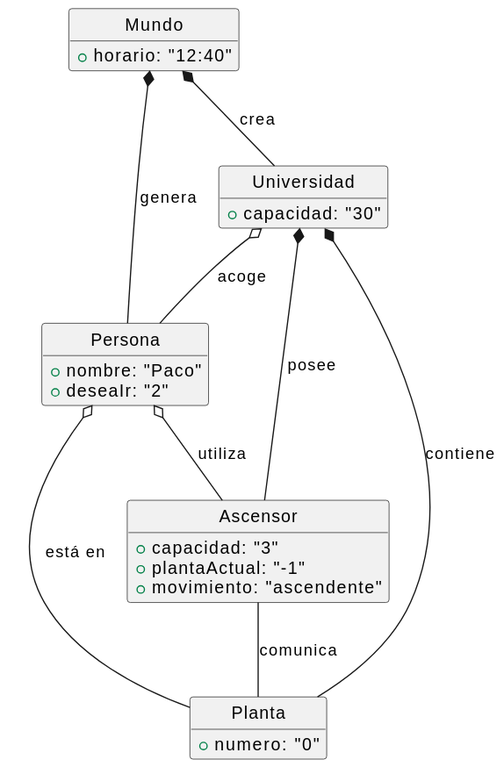
The PlantUML diagram images/MdD/DdO/DdO.svg in mmasias/24-25-IdSw2-SDD, before a commit.
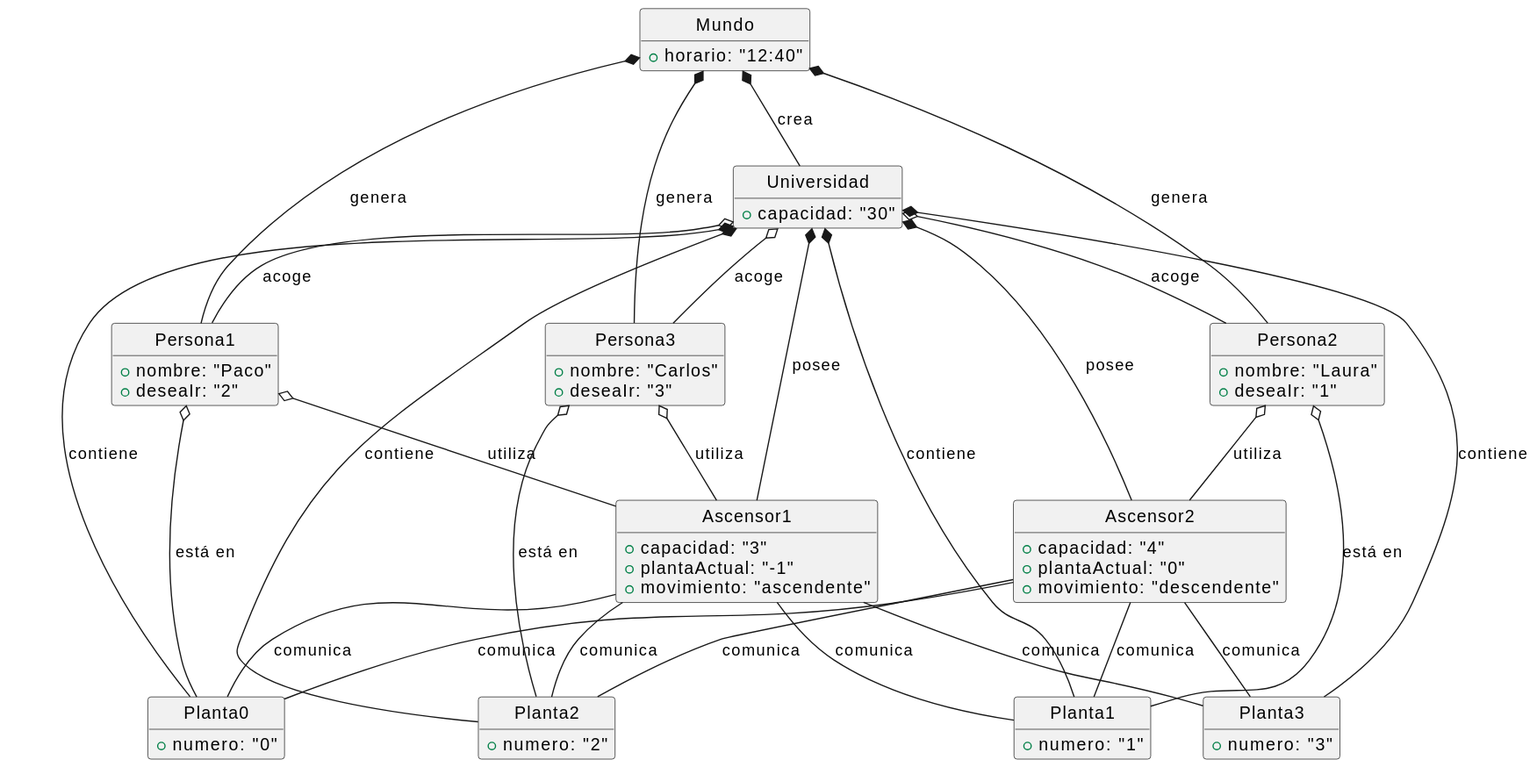
The same file after the commit.

The edit, as a diff of the source:
```diff
@@ -3,36 +3,86 @@
 hide empty members
 
 class Mundo {
-+ horario: "12:40"
+    + horario: "12:40"
 }
 
 class Universidad {
     + capacidad: "30"
 }
 
-class Persona {
+class Persona1 {
     + nombre: "Paco"
     + deseaIr: "2"
 }
 
-class Ascensor {
+class Persona2 {
+    + nombre: "Laura"
+    + deseaIr: "1"
+}
+
+class Persona3 {
+    + nombre: "Carlos"
+    + deseaIr: "3"
+}
+
+class Ascensor1 {
     + capacidad: "3"
     + plantaActual: "-1"
     + movimiento: "ascendente"
 }
 
-class Planta {
+class Ascensor2 {
+    + capacidad: "4"
+    + plantaActual: "0"
+    + movimiento: "descendente"
+}
+
+class Planta0 {
     + numero: "0"
 }
 
-Mundo *-- Persona : genera
+class Planta1 {
+    + numero: "1"
+}
+
+class Planta2 {
+    + numero: "2"
+}
+
+class Planta3 {
+    + numero: "3"
+}
+
+Mundo *-- Persona1 : genera
+Mundo *-- Persona2 : genera
+Mundo *-- Persona3 : genera
 Mundo *-- Universidad : crea
 
-Universidad *-- Planta : contiene
-Universidad o-- Persona : acoge
-Universidad *-- Ascensor : posee
+Universidad *-- Planta0 : contiene
+Universidad *-- Planta1 : contiene
+Universidad *-- Planta2 : contiene
+Universidad *-- Planta3 : contiene
+Universidad o-- Persona1 : acoge
+Universidad o-- Persona2 : acoge
+Universidad o-- Persona3 : acoge
+Universidad *-- Ascensor1 : posee
+Universidad *-- Ascensor2 : posee
 
-Persona o-- Ascensor : utiliza
-Ascensor -- Planta : comunica
-Persona o-- Planta : está en
+Persona1 o-- Ascensor1 : utiliza
+Persona2 o-- Ascensor2 : utiliza
+Persona3 o-- Ascensor1 : utiliza
+
+Ascensor1 -- Planta0 : comunica
+Ascensor1 -- Planta1 : comunica
+Ascensor1 -- Planta2 : comunica
+Ascensor1 -- Planta3 : comunica
+
+Ascensor2 -- Planta0 : comunica
+Ascensor2 -- Planta1 : comunica
+Ascensor2 -- Planta2 : comunica
+Ascensor2 -- Planta3 : comunica
+
+Persona1 o-- Planta0 : está en
+Persona2 o-- Planta1 : está en
+Persona3 o-- Planta2 : está en
 @enduml
```
